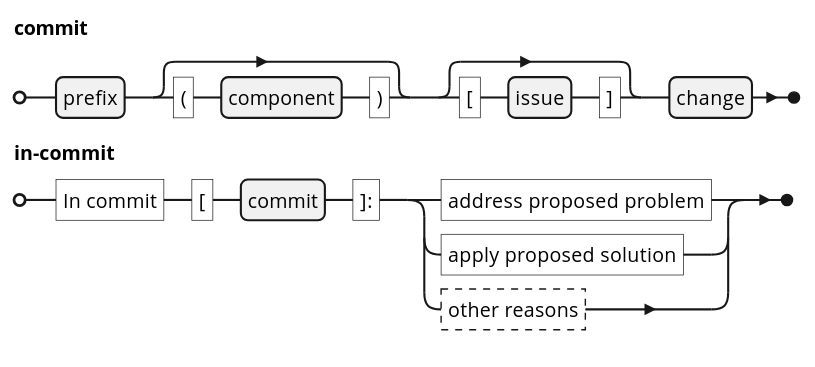
Tan630/Agolearn keeps this PlantUML diagram as media/issue-in-commit.svg. Above is the earlier version.
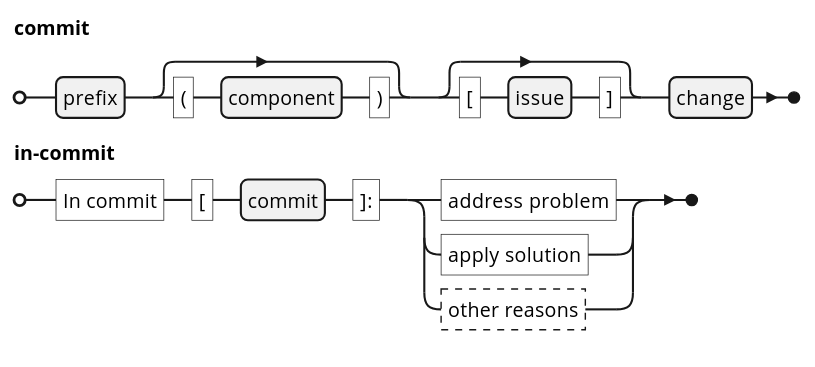
After the change.

What changed in the source:
```diff
@@ -1,5 +1,5 @@
 @startebnf
 skinparam defaultfontname "Open Sans"
 commit = prefix, ["(", component,")"], ["[", issue, "]"], change;
-in-commit = "In commit", "[", commit, "]:", ("address proposed problem" | "apply proposed solution" | ?other reasons?);
+in-commit = "In commit", "[", commit, "]:", ("address problem" | "apply solution" | ?other reasons?);
 @endebnf
```
